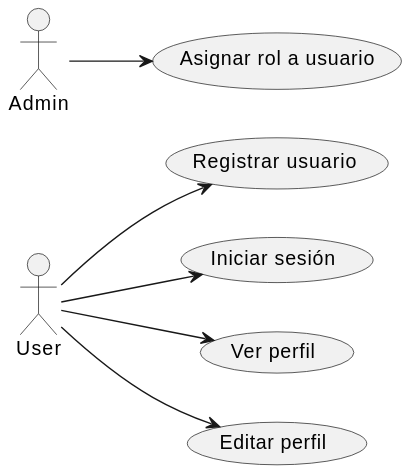
Earlier version of the PlantUML export out/modeling/user_management_use_cases/user management.svg (EZE404/EventsTracker). Its diagram source:
```plantuml
@startuml
left to right direction
actor User
actor Admin

usecase "Registrar usuario" as UC_Register
usecase "Iniciar sesión" as UC_Login
usecase "Ver perfil" as UC_ViewProfile
usecase "Editar perfil" as UC_EditProfile
usecase "Asignar rol a usuario" as UC_AssignRole

User --> UC_Register
User --> UC_Login
User --> UC_ViewProfile
User --> UC_EditProfile
Admin --> UC_AssignRole
@enduml
```
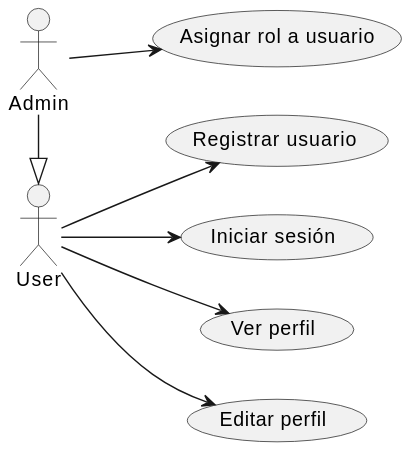
Above is the later version.

The edit, as a diff of the source:
```diff
@@ -2,7 +2,7 @@
 left to right direction
 actor User
 actor Admin
-
+Admin -|> User
 usecase "Registrar usuario" as UC_Register
 usecase "Iniciar sesión" as UC_Login
 usecase "Ver perfil" as UC_ViewProfile
```
